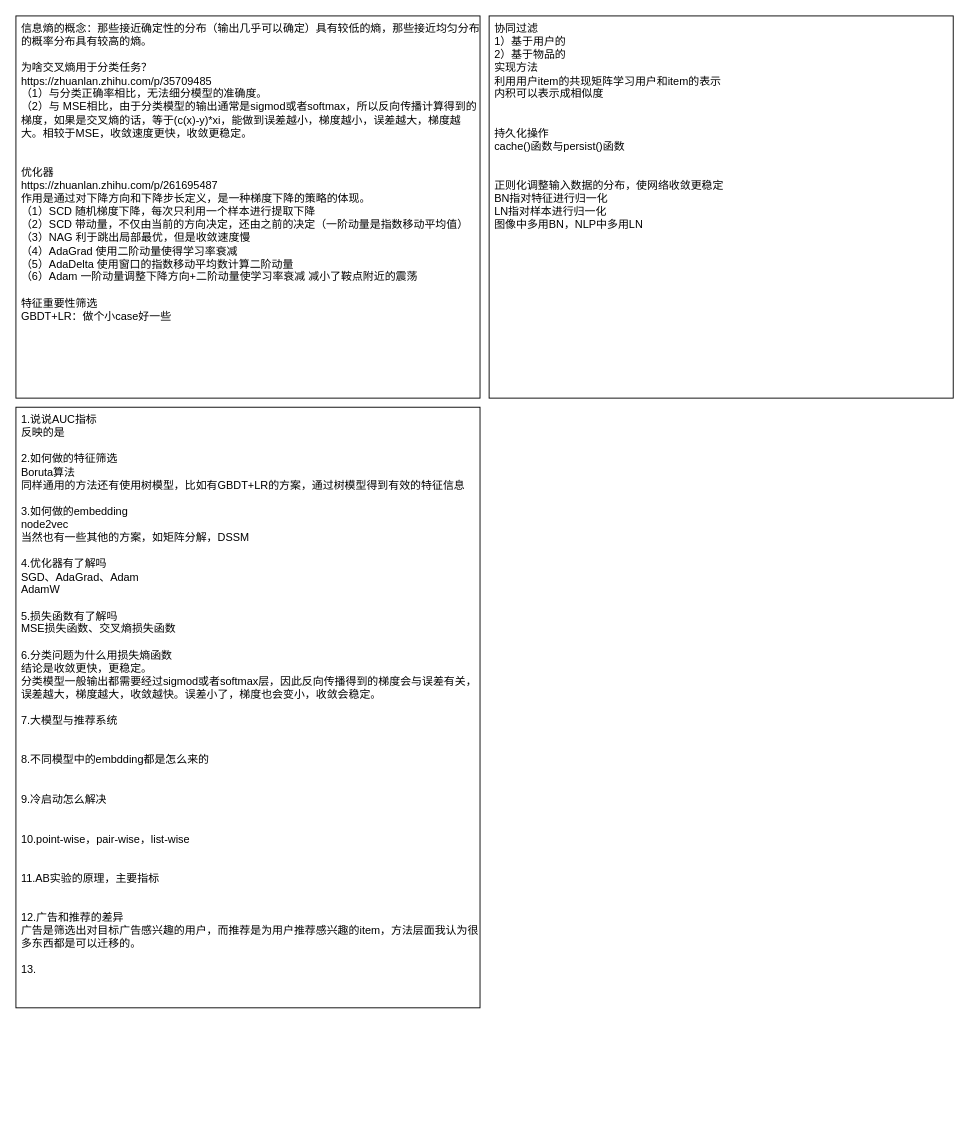
Before: 推荐八股.drawio in limpid-11/drawio, a draw.io diagram. Source tidied: cells renumbered, new cells numbered last; positions are measured from the earlier drawing's top-left corner, leaving out a move shared by most shapes. Both pictures are drawn from the tidied source at 91%, with x=0, y=0 at pixel (15, 15).
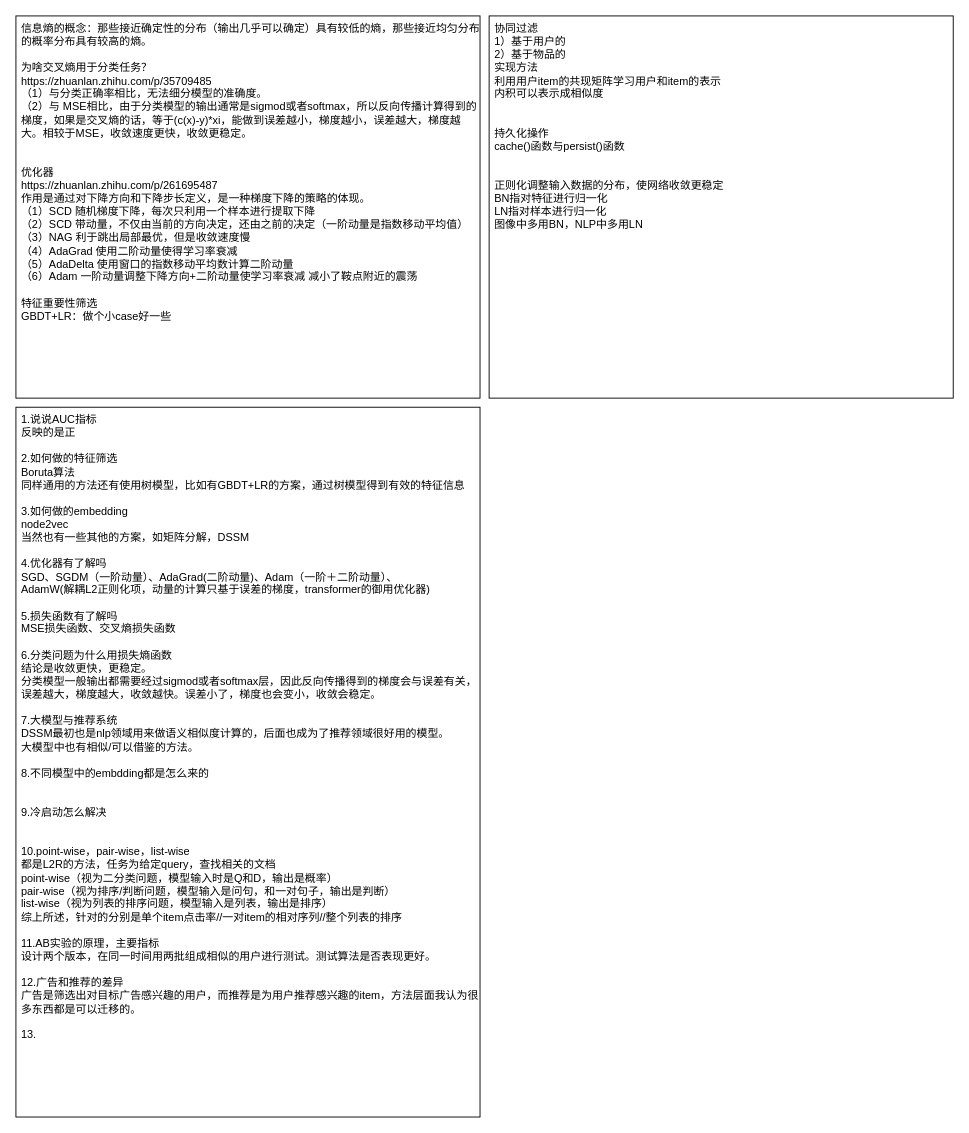
The same diagram, later.

Commit message:
更新推荐八股.drawio

Change to the diagram source:
```diff
@@
 <mxGraphModel>
   <root>
     <mxCell id="0" />
     <mxCell id="1" parent="0" />
     <mxCell id="2" value="协同过滤&lt;div&gt;1）基于用户的&lt;/div&gt;&lt;div&gt;2）基于物品的&lt;/div&gt;&lt;div&gt;实现方法&lt;/div&gt;&lt;div&gt;利用用户item的共现矩阵学习用户和item的表示&lt;/div&gt;&lt;div&gt;内积可以表示成相似度&lt;/div&gt;&lt;div&gt;&lt;br&gt;&lt;/div&gt;&lt;div&gt;&lt;br&gt;&lt;/div&gt;&lt;div&gt;持久化操作&lt;/div&gt;&lt;div&gt;cache()函数与persist()函数&lt;/div&gt;&lt;div&gt;&lt;br&gt;&lt;/div&gt;&lt;div&gt;&lt;br&gt;&lt;/div&gt;&lt;div&gt;正则化调整输入数据的分布，使网络收敛更稳定&lt;/div&gt;&lt;div&gt;BN指对特征进行归一化&lt;/div&gt;&lt;div&gt;LN指对样本进行归一化&lt;/div&gt;&lt;div&gt;图像中多用BN，NLP中多用LN&lt;/div&gt;&lt;div&gt;&lt;br&gt;&lt;/div&gt;" style="rounded=0;whiteSpace=wrap;html=1;align=left;verticalAlign=top;spacingLeft=4;" parent="1" vertex="1">
       <mxGeometry x="520" width="510" height="420" as="geometry" />
     </mxCell>
     <mxCell id="3" value="&lt;div&gt;信息熵的概念：那些接近确定性的分布（输出几乎可以确定）具有较低的熵，那些接近均匀分布的概率分布具有较高的熵。&lt;/div&gt;&lt;div&gt;&lt;br&gt;&lt;/div&gt;&lt;div&gt;为啥交叉熵用于分类任务？&lt;/div&gt;&lt;div&gt;https://zhuanlan.zhihu.com/p/35709485&lt;br&gt;&lt;/div&gt;&lt;div&gt;（1）与分类正确率相比，无法细分模型的准确度。&lt;/div&gt;&lt;div&gt;（2）与 MSE相比，由于分类模型的输出通常是sigmod或者softmax，所以反向传播计算得到的梯度，如果是交叉熵的话，等于(c(x)-y)*xi，能做到误差越小，梯度越小，误差越大，梯度越大。相较于MSE，收敛速度更快，收敛更稳定。&lt;/div&gt;&lt;div&gt;&lt;br&gt;&lt;/div&gt;&lt;div&gt;&lt;br&gt;&lt;/div&gt;&lt;div&gt;优化器&lt;/div&gt;&lt;div&gt;https://zhuanlan.zhihu.com/p/261695487&lt;br&gt;&lt;/div&gt;&lt;div&gt;作用是通过对下降方向和下降步长定义，是一种梯度下降的策略的体现。&lt;/div&gt;&lt;div&gt;（1）SCD 随机梯度下降，每次只利用一个样本进行提取下降&lt;/div&gt;&lt;div&gt;（2）SCD 带动量，不仅由当前的方向决定，还由之前的决定（一阶动量是指数移动平均值）&lt;/div&gt;&lt;div&gt;（3）NAG 利于跳出局部最优，但是收敛速度慢&lt;/div&gt;&lt;div&gt;（4）AdaGrad 使用二阶动量使得学习率衰减&lt;/div&gt;&lt;div&gt;（5）AdaDelta 使用窗口的指数移动平均数计算二阶动量&lt;/div&gt;&lt;div&gt;（6）Adam 一阶动量调整下降方向+二阶动量使学习率衰减 减小了鞍点附近的震荡&lt;/div&gt;&lt;div&gt;&lt;br&gt;&lt;/div&gt;&lt;div&gt;特征重要性筛选&lt;/div&gt;&lt;div&gt;GBDT+LR：做个小case好一些&lt;/div&gt;&lt;div&gt;&lt;br&gt;&lt;/div&gt;&lt;div&gt;&lt;br&gt;&lt;/div&gt;&lt;div&gt;&lt;br&gt;&lt;/div&gt;" style="rounded=0;whiteSpace=wrap;html=1;align=left;verticalAlign=top;spacingLeft=4;" parent="1" vertex="1">
       <mxGeometry width="510" height="420" as="geometry" />
     </mxCell>
-    <mxCell id="4" value="&lt;div&gt;1.说说AUC指标&lt;/div&gt;&lt;div&gt;反映的是&lt;/div&gt;&lt;div&gt;&lt;br&gt;&lt;/div&gt;&lt;div&gt;2.如何做的特征筛选&lt;/div&gt;&lt;div&gt;Boruta算法&lt;/div&gt;&lt;div&gt;同样通用的方法还有使用树模型，比如有GBDT+LR的方案，通过树模型得到有效的特征信息&lt;/div&gt;&lt;div&gt;&lt;br&gt;&lt;/div&gt;&lt;div&gt;3.如何做的embedding&lt;/div&gt;&lt;div&gt;node2vec&lt;/div&gt;&lt;div&gt;当然也有一些其他的方案，如矩阵分解，DSSM&lt;/div&gt;&lt;div&gt;&lt;br&gt;&lt;/div&gt;&lt;div&gt;4.优化器有了解吗&lt;/div&gt;&lt;div&gt;SGD、AdaGrad、Adam&lt;/div&gt;&lt;div&gt;AdamW&lt;/div&gt;&lt;div&gt;&lt;br&gt;&lt;/div&gt;&lt;div&gt;5.损失函数有了解吗&lt;/div&gt;&lt;div&gt;MSE损失函数、交叉熵损失函数&lt;/div&gt;&lt;div&gt;&lt;br&gt;&lt;/div&gt;&lt;div&gt;6.分类问题为什么用损失熵函数&lt;/div&gt;&lt;div&gt;结论是收敛更快，更稳定。&lt;/div&gt;&lt;div&gt;分类模型一般输出都需要经过sigmod或者softmax层，因此反向传播得到的梯度会与误差有关，误差越大，梯度越大，收敛越快。误差小了，梯度也会变小，收敛会稳定。&lt;/div&gt;&lt;div&gt;&lt;br&gt;&lt;/div&gt;&lt;div&gt;7.大模型与推荐系统&lt;/div&gt;&lt;div&gt;&lt;br&gt;&lt;/div&gt;&lt;div&gt;&lt;br&gt;&lt;/div&gt;&lt;div&gt;8.不同模型中的embdding都是怎么来的&lt;/div&gt;&lt;div&gt;&lt;br&gt;&lt;/div&gt;&lt;div&gt;&lt;br&gt;&lt;/div&gt;&lt;div&gt;9.冷启动怎么解决&lt;/div&gt;&lt;div&gt;&lt;br&gt;&lt;/div&gt;&lt;div&gt;&lt;br&gt;&lt;/div&gt;&lt;div&gt;10.point-wise，pair-wise，list-wise&lt;/div&gt;&lt;div&gt;&lt;br&gt;&lt;/div&gt;&lt;div&gt;&lt;br&gt;&lt;/div&gt;&lt;div&gt;11.AB实验的原理，主要指标&lt;/div&gt;&lt;div&gt;&lt;br&gt;&lt;/div&gt;&lt;div&gt;&lt;br&gt;&lt;/div&gt;&lt;div&gt;12.广告和推荐的差异&lt;/div&gt;&lt;div&gt;广告是筛选出对目标广告感兴趣的用户，而推荐是为用户推荐感兴趣的item，方法层面我认为很多东西都是可以迁移的。&lt;/div&gt;&lt;div&gt;&lt;br&gt;&lt;/div&gt;&lt;div&gt;13.&lt;/div&gt;" style="rounded=0;whiteSpace=wrap;html=1;align=left;verticalAlign=top;spacingLeft=4;" parent="1" vertex="1">
-      <mxGeometry y="430" width="510" height="660" as="geometry" />
+    <mxCell id="4" value="&lt;div&gt;1.说说AUC指标&lt;/div&gt;&lt;div&gt;反映的是正&lt;/div&gt;&lt;div&gt;&lt;br&gt;&lt;/div&gt;&lt;div&gt;2.如何做的特征筛选&lt;/div&gt;&lt;div&gt;Boruta算法&lt;/div&gt;&lt;div&gt;同样通用的方法还有使用树模型，比如有GBDT+LR的方案，通过树模型得到有效的特征信息&lt;/div&gt;&lt;div&gt;&lt;br&gt;&lt;/div&gt;&lt;div&gt;3.如何做的embedding&lt;/div&gt;&lt;div&gt;node2vec&lt;/div&gt;&lt;div&gt;当然也有一些其他的方案，如矩阵分解，DSSM&lt;/div&gt;&lt;div&gt;&lt;br&gt;&lt;/div&gt;&lt;div&gt;4.优化器有了解吗&lt;/div&gt;&lt;div&gt;SGD、SGDM（一阶动量）、AdaGrad(二阶动量)、Adam（一阶＋二阶动量）、&lt;/div&gt;&lt;div&gt;AdamW(解耦L2正则化项，动量的计算只基于误差的梯度，transformer的御用优化器)&lt;/div&gt;&lt;div&gt;&lt;br&gt;&lt;/div&gt;&lt;div&gt;5.损失函数有了解吗&lt;/div&gt;&lt;div&gt;MSE损失函数、交叉熵损失函数&lt;/div&gt;&lt;div&gt;&lt;br&gt;&lt;/div&gt;&lt;div&gt;6.分类问题为什么用损失熵函数&lt;/div&gt;&lt;div&gt;结论是收敛更快，更稳定。&lt;/div&gt;&lt;div&gt;分类模型一般输出都需要经过sigmod或者softmax层，因此反向传播得到的梯度会与误差有关，误差越大，梯度越大，收敛越快。误差小了，梯度也会变小，收敛会稳定。&lt;/div&gt;&lt;div&gt;&lt;br&gt;&lt;/div&gt;&lt;div&gt;7.大模型与推荐系统&lt;/div&gt;&lt;div&gt;DSSM最初也是nlp领域用来做语义相似度计算的，后面也成为了推荐领域很好用的模型。&lt;br&gt;&lt;/div&gt;&lt;div&gt;大模型中也有相似/可以借鉴的方法。&lt;/div&gt;&lt;div&gt;&lt;br&gt;&lt;/div&gt;&lt;div&gt;8.不同模型中的embdding都是怎么来的&lt;/div&gt;&lt;div&gt;&lt;br&gt;&lt;/div&gt;&lt;div&gt;&lt;br&gt;&lt;/div&gt;&lt;div&gt;9.冷启动怎么解决&lt;/div&gt;&lt;div&gt;&lt;br&gt;&lt;/div&gt;&lt;div&gt;&lt;br&gt;&lt;/div&gt;&lt;div&gt;10.point-wise，pair-wise，list-wise&lt;/div&gt;&lt;div&gt;都是L2R的方法，任务为给定query，查找相关的文档&lt;/div&gt;&lt;div&gt;point-wise（视为二分类问题，模型输入时是Q和D，输出是概率）&lt;br&gt;&lt;/div&gt;&lt;div&gt;pair-wise（视为排序/判断问题，模型输入是问句，和一对句子，输出是判断）&lt;br&gt;&lt;/div&gt;&lt;div&gt;list-wise（视为列表的排序问题，模型输入是列表，输出是排序）&lt;br&gt;&lt;/div&gt;&lt;div&gt;综上所述，针对的分别是单个item点击率//一对item的相对序列//整个列表的排序&lt;/div&gt;&lt;div&gt;&lt;br&gt;&lt;/div&gt;&lt;div&gt;11.AB实验的原理，主要指标&lt;/div&gt;&lt;div&gt;设计两个版本，在同一时间用两批组成相似的用户进行测试。测试算法是否表现更好。&lt;/div&gt;&lt;div&gt;&lt;br&gt;&lt;/div&gt;&lt;div&gt;12.广告和推荐的差异&lt;/div&gt;&lt;div&gt;广告是筛选出对目标广告感兴趣的用户，而推荐是为用户推荐感兴趣的item，方法层面我认为很多东西都是可以迁移的。&lt;/div&gt;&lt;div&gt;&lt;br&gt;&lt;/div&gt;&lt;div&gt;13.&lt;/div&gt;" style="rounded=0;whiteSpace=wrap;html=1;align=left;verticalAlign=top;spacingLeft=4;" parent="1" vertex="1">
+      <mxGeometry y="430" width="510" height="780" as="geometry" />
     </mxCell>
   </root>
 </mxGraphModel>
```
